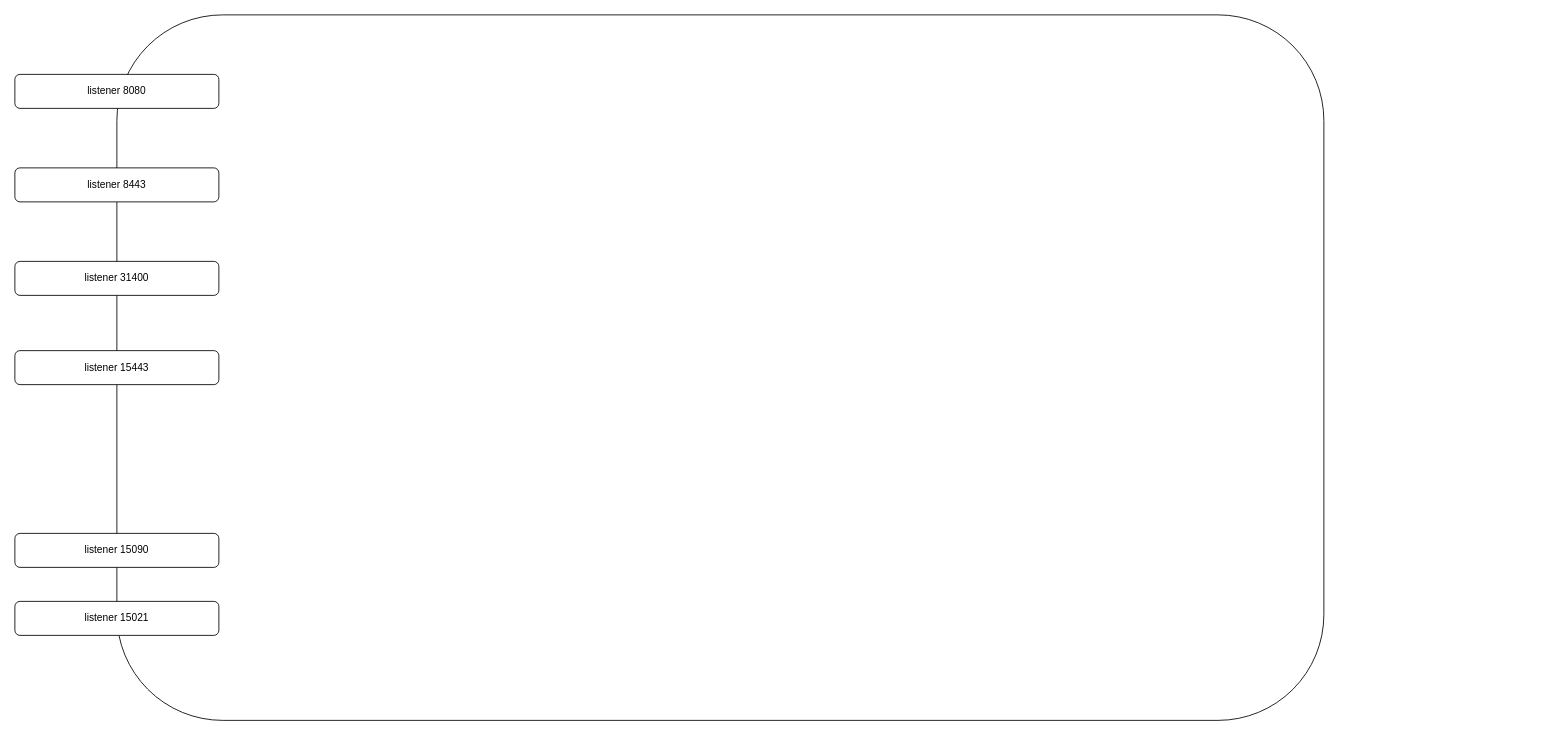
yueyangtian/draw keeps this draw.io diagram as xds-ingress.drawio. Above is the earlier version. Source tidied: cells renumbered, new cells numbered last; positions are measured from the earlier drawing's top-left corner, leaving out a move shared by most shapes. Both pictures are drawn from the tidied source at 85%, with x=0, y=0 at pixel (14, 14).
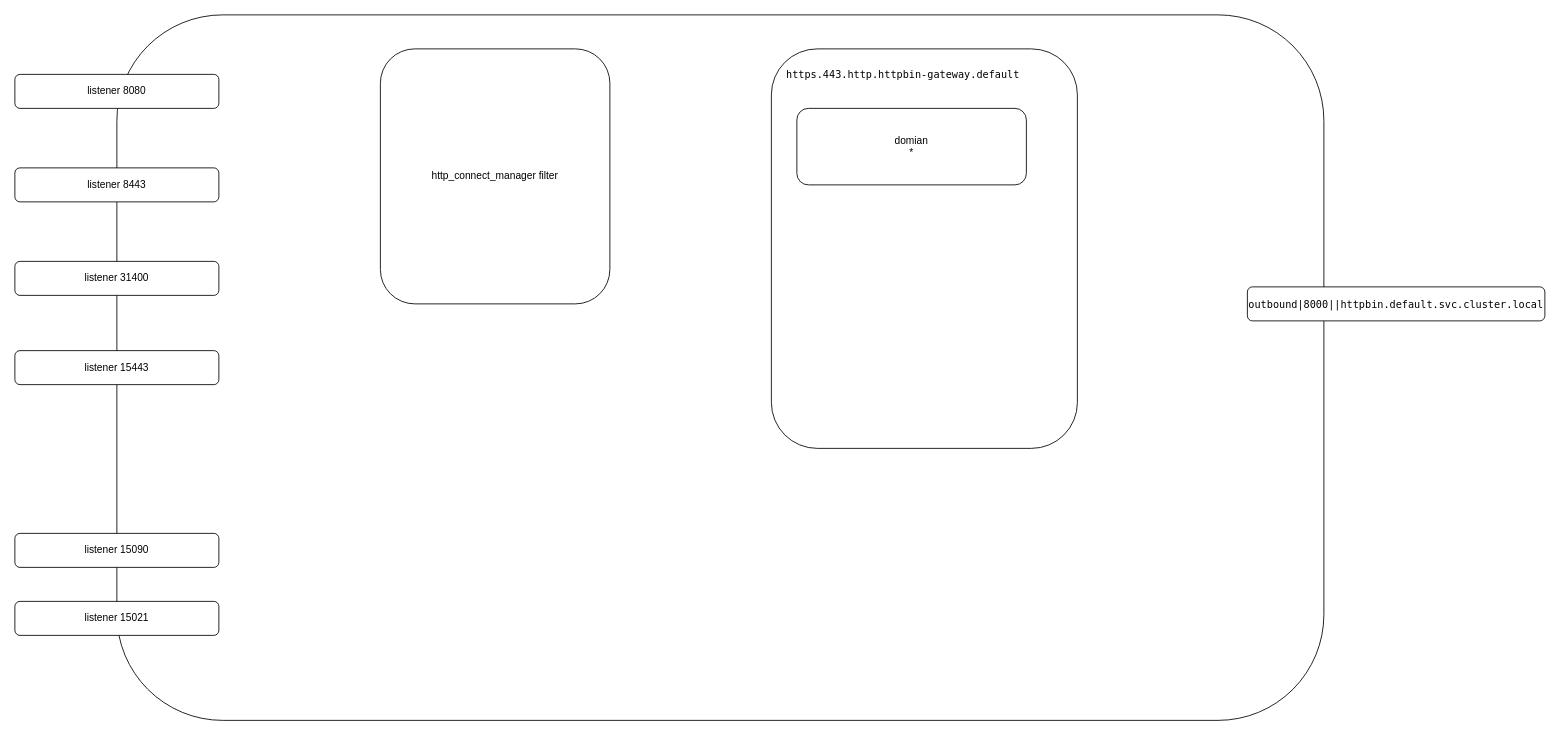
Above is the later version.

Change to the diagram source:
```diff
@@
 <mxGraphModel>
   <root>
     <mxCell id="0" />
     <mxCell id="1" parent="0" />
     <mxCell id="2" style="rounded=1;whiteSpace=wrap;html=1;" parent="1" vertex="1">
       <mxGeometry x="120" width="1420" height="830" as="geometry" />
     </mxCell>
     <mxCell id="3" value="listener 8080" style="rounded=1;whiteSpace=wrap;html=1;" parent="1" vertex="1">
       <mxGeometry y="70" width="240" height="40" as="geometry" />
     </mxCell>
     <mxCell id="4" value="listener 8443" style="rounded=1;whiteSpace=wrap;html=1;" parent="1" vertex="1">
       <mxGeometry y="180" width="240" height="40" as="geometry" />
     </mxCell>
     <mxCell id="5" value="listener 15090" style="rounded=1;whiteSpace=wrap;html=1;" parent="1" vertex="1">
       <mxGeometry y="610" width="240" height="40" as="geometry" />
     </mxCell>
     <mxCell id="6" value="listener 15021" style="rounded=1;whiteSpace=wrap;html=1;" parent="1" vertex="1">
       <mxGeometry y="690" width="240" height="40" as="geometry" />
     </mxCell>
     <mxCell id="7" value="listener 31400" style="rounded=1;whiteSpace=wrap;html=1;" parent="1" vertex="1">
       <mxGeometry y="290" width="240" height="40" as="geometry" />
     </mxCell>
     <mxCell id="8" value="listener 15443" style="rounded=1;whiteSpace=wrap;html=1;" parent="1" vertex="1">
       <mxGeometry y="395" width="240" height="40" as="geometry" />
     </mxCell>
+    <mxCell id="9" value="&lt;div style=&quot;font-family: &amp;#34;menlo&amp;#34; , &amp;#34;monaco&amp;#34; , &amp;#34;courier new&amp;#34; , monospace ; line-height: 18px&quot;&gt;&lt;div style=&quot;font-family: &amp;#34;menlo&amp;#34; , &amp;#34;monaco&amp;#34; , &amp;#34;courier new&amp;#34; , monospace ; line-height: 18px&quot;&gt;&lt;span style=&quot;background-color: rgb(255 , 255 , 255)&quot;&gt;outbound|8000||httpbin.default.svc.cluster.local&lt;/span&gt;&lt;/div&gt;&lt;/div&gt;" style="rounded=1;whiteSpace=wrap;html=1;" parent="1" vertex="1">
+      <mxGeometry x="1450" y="320" width="350" height="40" as="geometry" />
+    </mxCell>
+    <mxCell id="10" value="http_connect_manager filter" style="rounded=1;whiteSpace=wrap;html=1;" parent="1" vertex="1">
+      <mxGeometry x="430" y="40" width="270" height="300" as="geometry" />
+    </mxCell>
+    <mxCell id="11" style="rounded=1;whiteSpace=wrap;html=1;" parent="1" vertex="1">
+      <mxGeometry x="890" y="40" width="360" height="470" as="geometry" />
+    </mxCell>
+    <mxCell id="12" value="&lt;div style=&quot;font-family: &amp;#34;menlo&amp;#34; , &amp;#34;monaco&amp;#34; , &amp;#34;courier new&amp;#34; , monospace ; line-height: 18px&quot;&gt;&lt;span style=&quot;background-color: rgb(255 , 255 , 255)&quot;&gt;https.443.http.httpbin-gateway.default&lt;/span&gt;&lt;/div&gt;" style="text;html=1;strokeColor=none;fillColor=none;align=center;verticalAlign=middle;whiteSpace=wrap;rounded=0;" parent="1" vertex="1">
+      <mxGeometry x="840" y="60" width="410" height="20" as="geometry" />
+    </mxCell>
+    <mxCell id="13" value="domian&lt;br&gt;*" style="rounded=1;whiteSpace=wrap;html=1;" parent="1" vertex="1">
+      <mxGeometry x="920" y="110" width="270" height="90" as="geometry" />
+    </mxCell>
   </root>
 </mxGraphModel>
```
